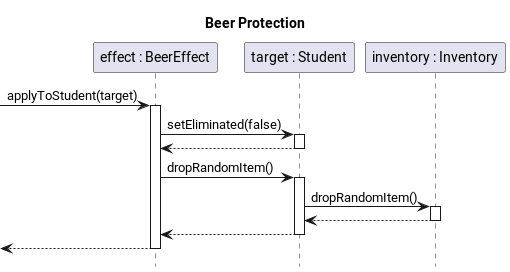
sn4k3ch4rm3r/logarlec keeps this PlantUML diagram as docs/img/diagrams/sequence/effect-beer-apply-new.png. Above is the earlier version.
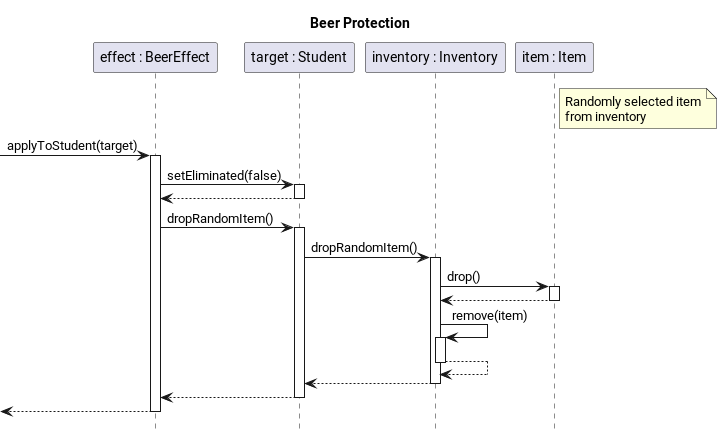
The same file after the commit.

Diff of the diagram source:
```diff
@@ -6,12 +6,22 @@
 participant "effect : BeerEffect" as effect
 participant "target : Student" as target
 participant "inventory : Inventory" as inventory
+participant "item : Item" as item
+
+note right of item
+    Randomly selected item
+    from inventory
+end note
 
 [-> effect ++: applyToStudent(target)
 	effect -> target ++: setEliminated(false)
 	return
     effect -> target ++: dropRandomItem()
         target -> inventory ++: dropRandomItem()
+            inventory -> item ++: drop()
+            return
+            inventory -> inventory ++: remove(item)
+            return
         return
     return
 
```
